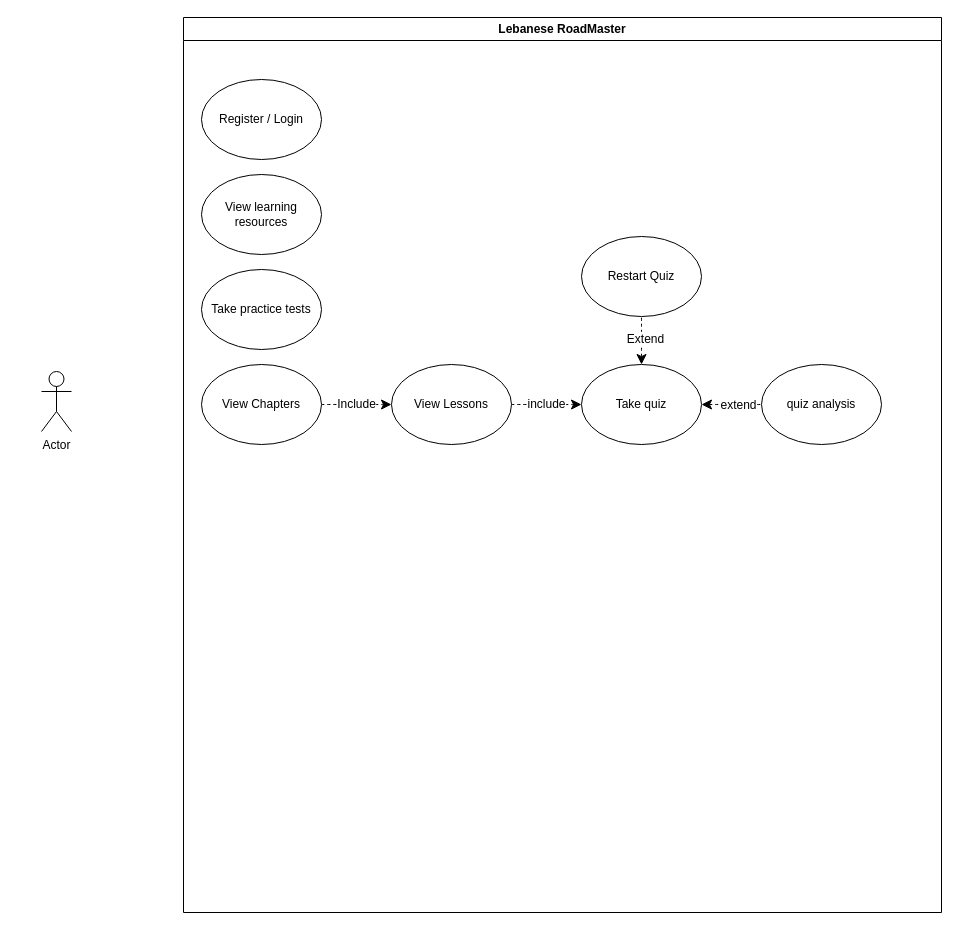
The draw.io diagram usecase1.drawio in 7mzah/7mzah, before the edit. Source tidied: cells renumbered, new cells numbered last; positions are measured from the earlier drawing's top-left corner, leaving out a move shared by most shapes. Both pictures are drawn from the tidied source at 100%, with x=0, y=0 at pixel (41, 17).
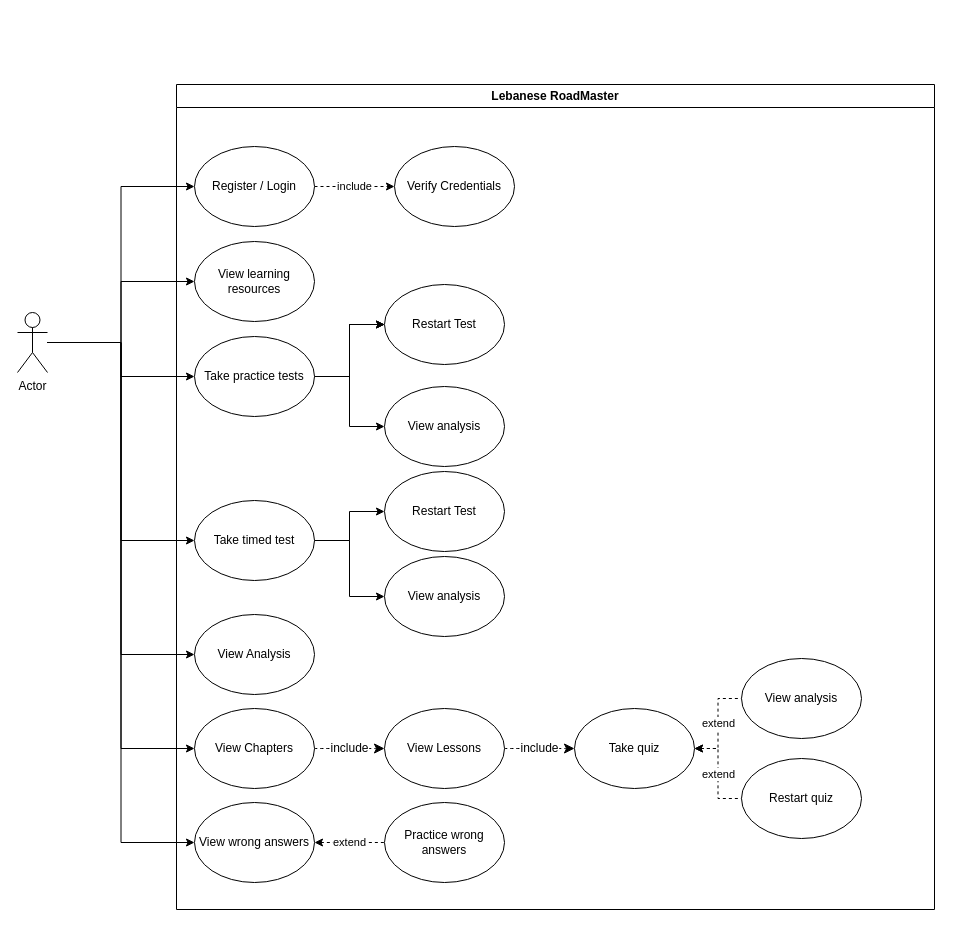
The same page after the edit.

The change refers to these unchanged cells:
```xml
<mxCell id="3" value="Register / Login" style="ellipse;whiteSpace=wrap;html=1;" parent="2" vertex="1">
  <mxGeometry x="18" y="62" width="120" height="80" as="geometry" />
</mxCell>
<mxCell id="4" value="View learning resources" style="ellipse;whiteSpace=wrap;html=1;" parent="2" vertex="1">
  <mxGeometry x="18" y="157" width="120" height="80" as="geometry" />
</mxCell>
<mxCell id="5" value="Take practice tests" style="ellipse;whiteSpace=wrap;html=1;" parent="2" vertex="1">
  <mxGeometry x="18" y="252" width="120" height="80" as="geometry" />
</mxCell>
```

Change to the diagram source:
```diff
@@
     <mxCell id="2" value="Lebanese RoadMaster" style="swimlane;whiteSpace=wrap;html=1;" parent="1" vertex="1">
-      <mxGeometry x="142" width="758" height="895" as="geometry" />
+      <mxGeometry x="135" y="67" width="758" height="825" as="geometry" />
     </mxCell>
+    <mxCell id="18" value="include" style="edgeStyle=orthogonalEdgeStyle;rounded=0;jettySize=auto;html=1;dashed=1;" parent="2" edge="1" source="3" target="31">
+      <mxGeometry relative="1" as="geometry" />
+    </mxCell>
@@
+    <mxCell id="19" style="edgeStyle=orthogonalEdgeStyle;rounded=0;jettySize=auto;html=1;" parent="2" edge="1" source="5" target="32">
+      <mxGeometry relative="1" as="geometry" />
+    </mxCell>
+    <mxCell id="20" style="edgeStyle=orthogonalEdgeStyle;rounded=0;jettySize=auto;html=1;" parent="2" edge="1" source="5" target="32">
+      <mxGeometry relative="1" as="geometry" />
+    </mxCell>
+    <mxCell id="21" style="edgeStyle=orthogonalEdgeStyle;rounded=0;jettySize=auto;html=1;" parent="2" edge="1" source="5" target="32">
+      <mxGeometry relative="1" as="geometry" />
+    </mxCell>
+    <mxCell id="22" style="edgeStyle=orthogonalEdgeStyle;rounded=0;jettySize=auto;html=1;entryX=0;entryY=0.5;entryDx=0;entryDy=0;" parent="2" edge="1" source="5" target="33">
+      <mxGeometry relative="1" as="geometry" />
+    </mxCell>
@@
-    <mxCell id="6" value="Include" style="edgeStyle=none;curved=1;rounded=0;jettySize=auto;html=1;fontSize=12;startSize=8;endSize=8;endArrow=classic;endFill=1;startArrow=none;startFill=0;dashed=1;" parent="2" edge="1" source="7" target="9">
+    <mxCell id="6" value="include" style="edgeStyle=none;curved=1;rounded=0;jettySize=auto;html=1;fontSize=12;startSize=8;endSize=8;endArrow=classic;endFill=1;startArrow=none;startFill=0;dashed=1;" parent="2" edge="1" source="7" target="9">
       <mxGeometry relative="1" as="geometry" />
     </mxCell>
     <mxCell id="7" value="View Chapters" style="ellipse;whiteSpace=wrap;html=1;" parent="2" vertex="1">
-      <mxGeometry x="18" y="347" width="120" height="80" as="geometry" />
+      <mxGeometry x="18" y="624" width="120" height="80" as="geometry" />
     </mxCell>
@@
     <mxCell id="9" value="View Lessons" style="ellipse;whiteSpace=wrap;html=1;" parent="2" vertex="1">
-      <mxGeometry x="208" y="347" width="120" height="80" as="geometry" />
+      <mxGeometry x="208" y="624" width="120" height="80" as="geometry" />
     </mxCell>
-    <mxCell id="10" style="edgeStyle=none;curved=1;rounded=0;jettySize=auto;html=1;fontSize=12;startSize=8;endSize=8;dashed=1;startArrow=classic;startFill=1;endArrow=none;endFill=0;" parent="2" edge="1" source="14" target="15">
-      <mxGeometry relative="1" as="geometry" />
-    </mxCell>
-    <mxCell id="11" value="extend" style="edgeLabel;html=1;align=center;verticalAlign=middle;fontSize=12;" parent="10" vertex="1">
-      <mxGeometry x="0.16" y="-4" relative="1" as="geometry">
-        <mxPoint x="1" y="-4" as="offset" />
-      </mxGeometry>
-    </mxCell>
-    <mxCell id="12" style="edgeStyle=none;curved=1;rounded=0;jettySize=auto;html=1;fontSize=12;startSize=8;endSize=8;dashed=1;endArrow=none;endFill=0;startArrow=classic;startFill=1;" parent="2" edge="1" source="14" target="16">
-      <mxGeometry relative="1" as="geometry" />
-    </mxCell>
-    <mxCell id="13" value="Extend" style="edgeLabel;html=1;align=center;verticalAlign=middle;fontSize=12;" parent="12" vertex="1">
-      <mxGeometry x="0.1" y="-3" relative="1" as="geometry" />
-    </mxCell>
+    <mxCell id="23" value="extend" style="edgeStyle=orthogonalEdgeStyle;rounded=0;jettySize=auto;html=1;dashed=1;endArrow=none;endFill=0;startArrow=classic;startFill=1;" parent="2" edge="1" source="14" target="25">
+      <mxGeometry relative="1" as="geometry" />
+    </mxCell>
+    <mxCell id="24" value="extend" style="edgeStyle=orthogonalEdgeStyle;rounded=0;jettySize=auto;html=1;entryX=0;entryY=0.5;entryDx=0;entryDy=0;dashed=1;startArrow=classic;startFill=1;endArrow=none;endFill=0;" parent="2" edge="1" source="14" target="26">
+      <mxGeometry relative="1" as="geometry" />
+    </mxCell>
     <mxCell id="14" value="Take quiz" style="ellipse;whiteSpace=wrap;html=1;" parent="2" vertex="1">
-      <mxGeometry x="398" y="347" width="120" height="80" as="geometry" />
+      <mxGeometry x="398" y="624" width="120" height="80" as="geometry" />
     </mxCell>
-    <mxCell id="15" value="quiz analysis" style="ellipse;whiteSpace=wrap;html=1;" parent="2" vertex="1">
-      <mxGeometry x="578" y="347" width="120" height="80" as="geometry" />
-    </mxCell>
-    <mxCell id="16" value="Restart Quiz" style="ellipse;whiteSpace=wrap;html=1;" parent="2" vertex="1">
-      <mxGeometry x="398" y="219" width="120" height="80" as="geometry" />
-    </mxCell>
+    <mxCell id="25" value="View analysis" style="ellipse;whiteSpace=wrap;html=1;" parent="2" vertex="1">
+      <mxGeometry x="565" y="574" width="120" height="80" as="geometry" />
+    </mxCell>
+    <mxCell id="26" value="Restart quiz" style="ellipse;whiteSpace=wrap;html=1;" parent="2" vertex="1">
+      <mxGeometry x="565" y="674" width="120" height="80" as="geometry" />
+    </mxCell>
+    <mxCell id="27" value="View Analysis" style="ellipse;whiteSpace=wrap;html=1;" parent="2" vertex="1">
+      <mxGeometry x="18" y="530" width="120" height="80" as="geometry" />
+    </mxCell>
+    <mxCell id="28" style="edgeStyle=orthogonalEdgeStyle;rounded=0;jettySize=auto;html=1;" parent="2" edge="1" source="30" target="34">
+      <mxGeometry relative="1" as="geometry" />
+    </mxCell>
+    <mxCell id="29" style="edgeStyle=orthogonalEdgeStyle;rounded=0;jettySize=auto;html=1;" parent="2" edge="1" source="30" target="35">
+      <mxGeometry relative="1" as="geometry" />
+    </mxCell>
+    <mxCell id="30" value="Take timed test" style="ellipse;whiteSpace=wrap;html=1;" parent="2" vertex="1">
+      <mxGeometry x="18" y="416" width="120" height="80" as="geometry" />
+    </mxCell>
+    <mxCell id="31" value="Verify Credentials" style="ellipse;whiteSpace=wrap;html=1;" parent="2" vertex="1">
+      <mxGeometry x="218" y="62" width="120" height="80" as="geometry" />
+    </mxCell>
+    <mxCell id="32" value="Restart Test" style="ellipse;whiteSpace=wrap;html=1;" parent="2" vertex="1">
+      <mxGeometry x="208" y="200" width="120" height="80" as="geometry" />
+    </mxCell>
+    <mxCell id="33" value="View analysis" style="ellipse;whiteSpace=wrap;html=1;" parent="2" vertex="1">
+      <mxGeometry x="208" y="302" width="120" height="80" as="geometry" />
+    </mxCell>
+    <mxCell id="34" value="Restart Test" style="ellipse;whiteSpace=wrap;html=1;" parent="2" vertex="1">
+      <mxGeometry x="208" y="387" width="120" height="80" as="geometry" />
+    </mxCell>
+    <mxCell id="35" value="View analysis" style="ellipse;whiteSpace=wrap;html=1;" parent="2" vertex="1">
+      <mxGeometry x="208" y="472" width="120" height="80" as="geometry" />
+    </mxCell>
+    <mxCell id="36" value="extend" style="edgeStyle=orthogonalEdgeStyle;rounded=0;jettySize=auto;html=1;dashed=1;endArrow=none;endFill=0;startArrow=classic;startFill=1;" parent="2" edge="1" source="37" target="38">
+      <mxGeometry relative="1" as="geometry" />
+    </mxCell>
+    <mxCell id="37" value="View wrong answers" style="ellipse;whiteSpace=wrap;html=1;direction=west;" parent="2" vertex="1">
+      <mxGeometry x="18" y="718" width="120" height="80" as="geometry" />
+    </mxCell>
+    <mxCell id="38" value="Practice wrong answers" style="ellipse;whiteSpace=wrap;html=1;direction=west;" parent="2" vertex="1">
+      <mxGeometry x="208" y="718" width="120" height="80" as="geometry" />
+    </mxCell>
+    <mxCell id="39" style="edgeStyle=orthogonalEdgeStyle;rounded=0;jettySize=auto;html=1;entryX=0;entryY=0.5;entryDx=0;entryDy=0;" parent="1" edge="1" source="17" target="3">
+      <mxGeometry relative="1" as="geometry" />
+    </mxCell>
+    <mxCell id="40" style="edgeStyle=orthogonalEdgeStyle;rounded=0;jettySize=auto;html=1;entryX=0;entryY=0.5;entryDx=0;entryDy=0;" parent="1" edge="1" source="17" target="4">
+      <mxGeometry relative="1" as="geometry" />
+    </mxCell>
+    <mxCell id="41" style="edgeStyle=orthogonalEdgeStyle;rounded=0;jettySize=auto;html=1;" parent="1" edge="1" source="17" target="5">
+      <mxGeometry relative="1" as="geometry" />
+    </mxCell>
+    <mxCell id="42" style="edgeStyle=orthogonalEdgeStyle;rounded=0;jettySize=auto;html=1;entryX=0;entryY=0.5;entryDx=0;entryDy=0;" parent="1" edge="1" source="17" target="30">
+      <mxGeometry relative="1" as="geometry" />
+    </mxCell>
+    <mxCell id="43" style="edgeStyle=orthogonalEdgeStyle;rounded=0;jettySize=auto;html=1;entryX=0;entryY=0.5;entryDx=0;entryDy=0;" parent="1" edge="1" source="17" target="7">
+      <mxGeometry relative="1" as="geometry" />
+    </mxCell>
+    <mxCell id="44" style="edgeStyle=orthogonalEdgeStyle;rounded=0;jettySize=auto;html=1;entryX=0;entryY=0.5;entryDx=0;entryDy=0;" parent="1" edge="1" source="17" target="27">
+      <mxGeometry relative="1" as="geometry" />
+    </mxCell>
+    <mxCell id="45" style="edgeStyle=orthogonalEdgeStyle;rounded=0;jettySize=auto;html=1;entryX=1;entryY=0.5;entryDx=0;entryDy=0;" parent="1" edge="1" source="17" target="37">
+      <mxGeometry relative="1" as="geometry" />
+    </mxCell>
     <mxCell id="17" value="Actor" style="shape=umlActor;verticalLabelPosition=bottom;verticalAlign=top;html=1;outlineConnect=0;" parent="1" vertex="1">
-      <mxGeometry y="354" width="30" height="60" as="geometry" />
+      <mxGeometry x="-24" y="295" width="30" height="60" as="geometry" />
     </mxCell>
```
